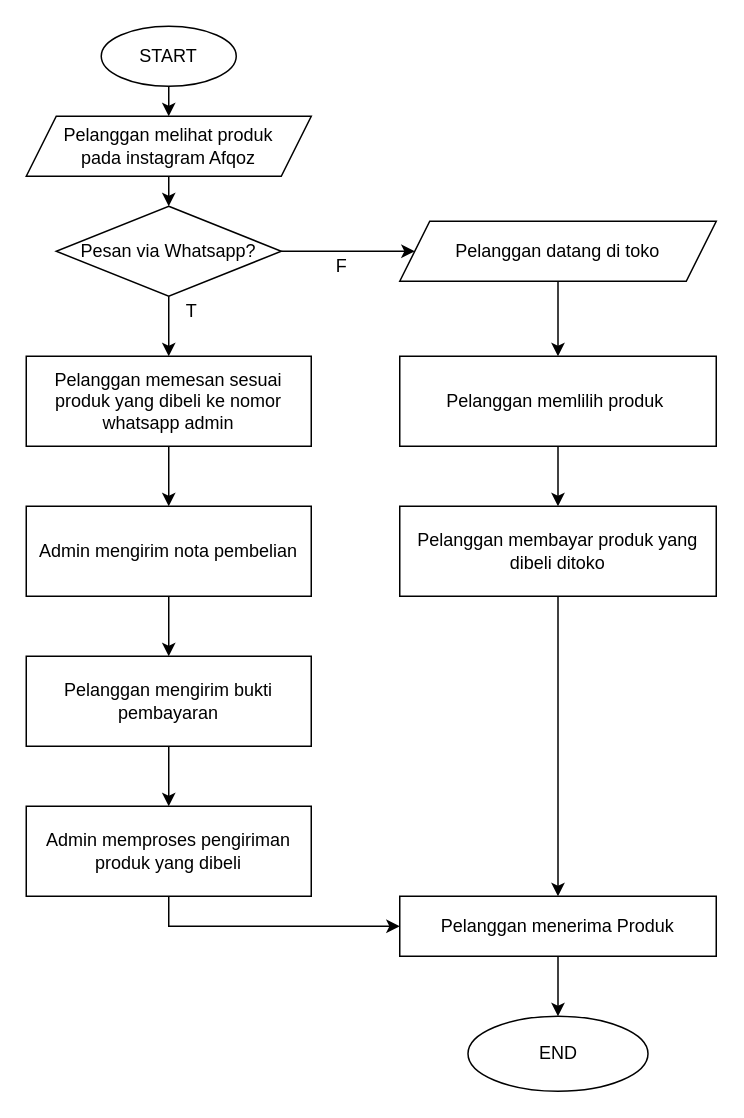
kuzdev/diagram-busrule keeps this draw.io diagram as Untitled Diagram.drawio. Above is the earlier version. Source tidied: cells renumbered, new cells numbered last; positions are measured from the earlier drawing's top-left corner, leaving out a move shared by most shapes. Both pictures are drawn from the tidied source at 150%, with x=0, y=0 at pixel (26, 26).
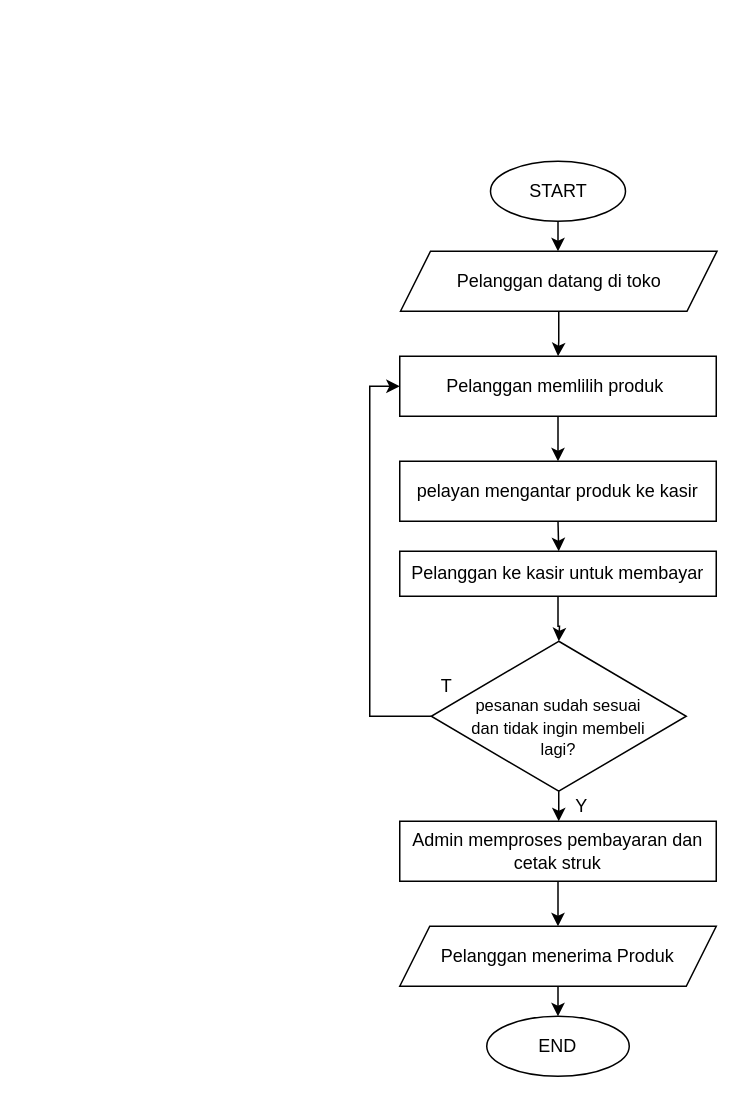
After the change.

What changed in the source:
```diff
@@
-    <mxCell id="2" style="edgeStyle=orthogonalEdgeStyle;rounded=0;jettySize=auto;html=1;exitX=0.5;exitY=1;exitDx=0;exitDy=0;entryX=0.5;entryY=0;entryDx=0;entryDy=0;" parent="1" edge="1" source="3" target="5">
-      <mxGeometry relative="1" as="geometry" />
+    <mxCell id="2" style="edgeStyle=orthogonalEdgeStyle;rounded=0;jettySize=auto;html=1;exitX=0.5;exitY=1;exitDx=0;exitDy=0;entryX=0.5;entryY=0;entryDx=0;entryDy=0;" parent="1" edge="1" source="3">
+      <mxGeometry relative="1" as="geometry">
+        <mxPoint x="354.5" y="150" as="targetPoint" />
+      </mxGeometry>
     </mxCell>
     <mxCell id="3" value="START" style="ellipse;whiteSpace=wrap;html=1;" parent="1" vertex="1">
-      <mxGeometry x="50" width="90" height="40" as="geometry" />
+      <mxGeometry x="309.5" y="90" width="90" height="40" as="geometry" />
     </mxCell>
-    <mxCell id="4" style="edgeStyle=orthogonalEdgeStyle;rounded=0;jettySize=auto;html=1;exitX=0.5;exitY=1;exitDx=0;exitDy=0;entryX=0.5;entryY=0;entryDx=0;entryDy=0;" parent="1" edge="1" source="5" target="10">
-      <mxGeometry relative="1" as="geometry" />
-    </mxCell>
-    <mxCell id="5" value="Pelanggan melihat produk&lt;br&gt;pada instagram Afqoz" style="shape=parallelogram;perimeter=parallelogramPerimeter;whiteSpace=wrap;html=1;fixedSize=1;" parent="1" vertex="1">
-      <mxGeometry y="60" width="190" height="40" as="geometry" />
-    </mxCell>
-    <mxCell id="6" style="edgeStyle=orthogonalEdgeStyle;rounded=0;jettySize=auto;html=1;entryX=0.5;entryY=0;entryDx=0;entryDy=0;" parent="1" edge="1" source="7" target="14">
-      <mxGeometry relative="1" as="geometry" />
-    </mxCell>
-    <mxCell id="7" value="Pelanggan memesan sesuai produk yang dibeli ke nomor whatsapp admin" style="rounded=0;whiteSpace=wrap;html=1;" parent="1" vertex="1">
-      <mxGeometry y="220" width="190" height="60" as="geometry" />
-    </mxCell>
-    <mxCell id="8" style="edgeStyle=orthogonalEdgeStyle;rounded=0;jettySize=auto;html=1;entryX=0.5;entryY=0;entryDx=0;entryDy=0;" parent="1" edge="1" source="10" target="7">
-      <mxGeometry relative="1" as="geometry" />
-    </mxCell>
-    <mxCell id="9" style="edgeStyle=orthogonalEdgeStyle;rounded=0;jettySize=auto;html=1;entryX=0;entryY=0.5;entryDx=0;entryDy=0;" parent="1" edge="1" source="10" target="20">
-      <mxGeometry relative="1" as="geometry" />
-    </mxCell>
-    <mxCell id="10" value="Pesan via Whatsapp?" style="rhombus;whiteSpace=wrap;html=1;" parent="1" vertex="1">
-      <mxGeometry x="20" y="120" width="150" height="60" as="geometry" />
-    </mxCell>
-    <mxCell id="11" value="T" style="text;html=1;align=center;verticalAlign=middle;" parent="1" vertex="1">
-      <mxGeometry x="100" y="180" width="20" height="20" as="geometry" />
-    </mxCell>
-    <mxCell id="12" value="F" style="text;html=1;align=center;verticalAlign=middle;" parent="1" vertex="1">
-      <mxGeometry x="200" y="150" width="20" height="20" as="geometry" />
-    </mxCell>
-    <mxCell id="13" style="edgeStyle=orthogonalEdgeStyle;rounded=0;jettySize=auto;html=1;entryX=0.5;entryY=0;entryDx=0;entryDy=0;" parent="1" edge="1" source="14" target="16">
-      <mxGeometry relative="1" as="geometry" />
-    </mxCell>
-    <mxCell id="14" value="Admin mengirim nota pembelian" style="rounded=0;whiteSpace=wrap;html=1;" parent="1" vertex="1">
-      <mxGeometry y="320" width="190" height="60" as="geometry" />
-    </mxCell>
-    <mxCell id="15" style="edgeStyle=orthogonalEdgeStyle;rounded=0;jettySize=auto;html=1;entryX=0.5;entryY=0;entryDx=0;entryDy=0;" parent="1" edge="1" source="16" target="18">
-      <mxGeometry relative="1" as="geometry" />
-    </mxCell>
-    <mxCell id="16" value="Pelanggan mengirim bukti pembayaran" style="rounded=0;whiteSpace=wrap;html=1;" parent="1" vertex="1">
-      <mxGeometry y="420" width="190" height="60" as="geometry" />
-    </mxCell>
-    <mxCell id="17" style="edgeStyle=orthogonalEdgeStyle;rounded=0;jettySize=auto;html=1;entryX=0;entryY=0.5;entryDx=0;entryDy=0;" parent="1" edge="1" source="18" target="26">
-      <mxGeometry relative="1" as="geometry">
-        <Array as="points">
-          <mxPoint x="95" y="600" />
-        </Array>
-      </mxGeometry>
+    <mxCell id="17" style="edgeStyle=orthogonalEdgeStyle;rounded=0;jettySize=auto;html=1;entryX=0.5;entryY=0;entryDx=0;entryDy=0;" parent="1" edge="1" source="18" target="26">
+      <mxGeometry relative="1" as="geometry" />
     </mxCell>
-    <mxCell id="18" value="Admin memproses pengiriman produk yang dibeli" style="rounded=0;whiteSpace=wrap;html=1;" parent="1" vertex="1">
-      <mxGeometry y="520" width="190" height="60" as="geometry" />
+    <mxCell id="18" value="Admin memproses pembayaran dan cetak struk" style="rounded=0;whiteSpace=wrap;html=1;" parent="1" vertex="1">
+      <mxGeometry x="249" y="530" width="211" height="40" as="geometry" />
     </mxCell>
@@
     <mxCell id="20" value="Pelanggan datang di toko" style="shape=parallelogram;perimeter=parallelogramPerimeter;whiteSpace=wrap;html=1;fixedSize=1;" parent="1" vertex="1">
-      <mxGeometry x="249" y="130" width="211" height="40" as="geometry" />
+      <mxGeometry x="249.5" y="150" width="211" height="40" as="geometry" />
     </mxCell>
@@
     <mxCell id="22" value="Pelanggan memlilih produk&amp;nbsp;" style="rounded=0;whiteSpace=wrap;html=1;" parent="1" vertex="1">
-      <mxGeometry x="249" y="220" width="211" height="60" as="geometry" />
+      <mxGeometry x="249" y="220" width="211" height="40" as="geometry" />
     </mxCell>
-    <mxCell id="23" style="edgeStyle=orthogonalEdgeStyle;rounded=0;jettySize=auto;html=1;" parent="1" edge="1" source="24" target="26">
-      <mxGeometry relative="1" as="geometry" />
-    </mxCell>
+    <mxCell id="28" style="edgeStyle=orthogonalEdgeStyle;rounded=0;jettySize=auto;html=1;exitX=0.5;exitY=1;exitDx=0;exitDy=0;" parent="1" edge="1" source="24">
+      <mxGeometry relative="1" as="geometry">
+        <mxPoint x="355" y="350" as="targetPoint" />
+      </mxGeometry>
+    </mxCell>
-    <mxCell id="24" value="Pelanggan membayar produk yang dibeli ditoko" style="rounded=0;whiteSpace=wrap;html=1;" parent="1" vertex="1">
-      <mxGeometry x="249" y="320" width="211" height="60" as="geometry" />
+    <mxCell id="24" value="pelayan mengantar produk ke kasir" style="rounded=0;whiteSpace=wrap;html=1;" parent="1" vertex="1">
+      <mxGeometry x="249" y="290" width="211" height="40" as="geometry" />
     </mxCell>
-    <mxCell id="25" style="edgeStyle=orthogonalEdgeStyle;rounded=0;jettySize=auto;html=1;entryX=0.5;entryY=0;entryDx=0;entryDy=0;" parent="1" edge="1" source="26" target="27">
-      <mxGeometry relative="1" as="geometry" />
+    <mxCell id="25" style="edgeStyle=orthogonalEdgeStyle;rounded=0;jettySize=auto;html=1;entryX=0.5;entryY=0;entryDx=0;entryDy=0;" parent="1" edge="1" target="27">
+      <mxGeometry relative="1" as="geometry">
+        <mxPoint x="367.5" y="640" as="sourcePoint" />
+      </mxGeometry>
     </mxCell>
+    <mxCell id="27" value="END" style="ellipse;whiteSpace=wrap;html=1;" parent="1" vertex="1">
+      <mxGeometry x="307" y="660" width="95" height="40" as="geometry" />
+    </mxCell>
+    <mxCell id="29" style="edgeStyle=orthogonalEdgeStyle;rounded=0;jettySize=auto;html=1;entryX=0;entryY=0.5;entryDx=0;entryDy=0;exitX=0;exitY=0.5;exitDx=0;exitDy=0;" parent="1" edge="1" source="31" target="22">
+      <mxGeometry relative="1" as="geometry">
+        <Array as="points">
+          <mxPoint x="229" y="460" />
+          <mxPoint x="229" y="240" />
+        </Array>
+      </mxGeometry>
+    </mxCell>
+    <mxCell id="30" style="edgeStyle=orthogonalEdgeStyle;rounded=0;jettySize=auto;html=1;entryX=0.5;entryY=0;entryDx=0;entryDy=0;" parent="1" edge="1" source="31" target="18">
+      <mxGeometry relative="1" as="geometry" />
+    </mxCell>
+    <mxCell id="31" value="&lt;font style=&quot;font-size: 11px&quot;&gt;&lt;br&gt;pesanan sudah sesuai&lt;br&gt;dan tidak ingin membeli&lt;br&gt;lagi?&lt;/font&gt;" style="rhombus;whiteSpace=wrap;html=1;" parent="1" vertex="1">
+      <mxGeometry x="270" y="410" width="170" height="100" as="geometry" />
+    </mxCell>
+    <mxCell id="32" style="edgeStyle=orthogonalEdgeStyle;rounded=0;jettySize=auto;html=1;" parent="1" edge="1" source="33">
+      <mxGeometry relative="1" as="geometry">
+        <mxPoint x="355" y="410" as="targetPoint" />
+      </mxGeometry>
+    </mxCell>
+    <mxCell id="33" value="Pelanggan ke kasir untuk membayar" style="rounded=0;whiteSpace=wrap;html=1;" parent="1" vertex="1">
+      <mxGeometry x="249" y="350" width="211" height="30" as="geometry" />
+    </mxCell>
+    <mxCell id="11" value="T" style="text;html=1;align=center;verticalAlign=middle;strokeColor=none;" parent="1" vertex="1">
+      <mxGeometry x="270" y="430" width="20" height="20" as="geometry" />
+    </mxCell>
+    <mxCell id="34" value="Y" style="text;html=1;align=center;verticalAlign=middle;strokeColor=none;" parent="1" vertex="1">
+      <mxGeometry x="360" y="510" width="20" height="20" as="geometry" />
+    </mxCell>
-    <mxCell id="26" value="Pelanggan menerima Produk" style="rounded=0;whiteSpace=wrap;html=1;" parent="1" vertex="1">
-      <mxGeometry x="249" y="580" width="211" height="40" as="geometry" />
+    <mxCell id="26" value="Pelanggan menerima Produk" style="shape=parallelogram;perimeter=parallelogramPerimeter;whiteSpace=wrap;html=1;fixedSize=1;" parent="1" vertex="1">
+      <mxGeometry x="249" y="600" width="211" height="40" as="geometry" />
     </mxCell>
-    <mxCell id="27" value="END" style="ellipse;whiteSpace=wrap;html=1;" parent="1" vertex="1">
-      <mxGeometry x="294.5" y="660" width="120" height="50" as="geometry" />
-    </mxCell>
```
